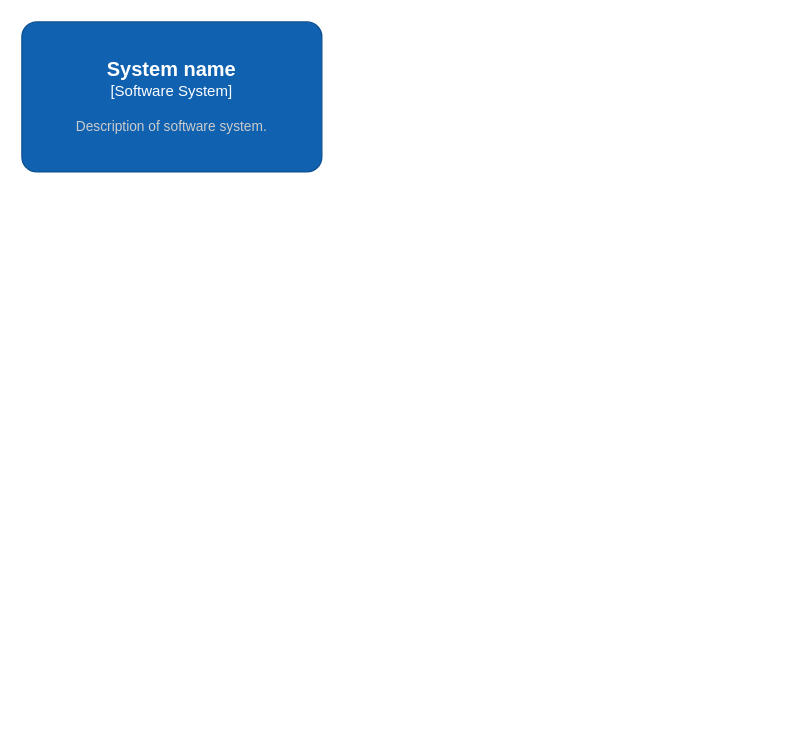
Before: Архитектура решения.drawio in debaucep/system-analyst-course, a draw.io diagram. Source tidied: cells renumbered, new cells numbered last; positions are measured from the earlier drawing's top-left corner, leaving out a move shared by most shapes. Both pictures are drawn from the tidied source at 125%, with x=0, y=0 at pixel (21, 21).
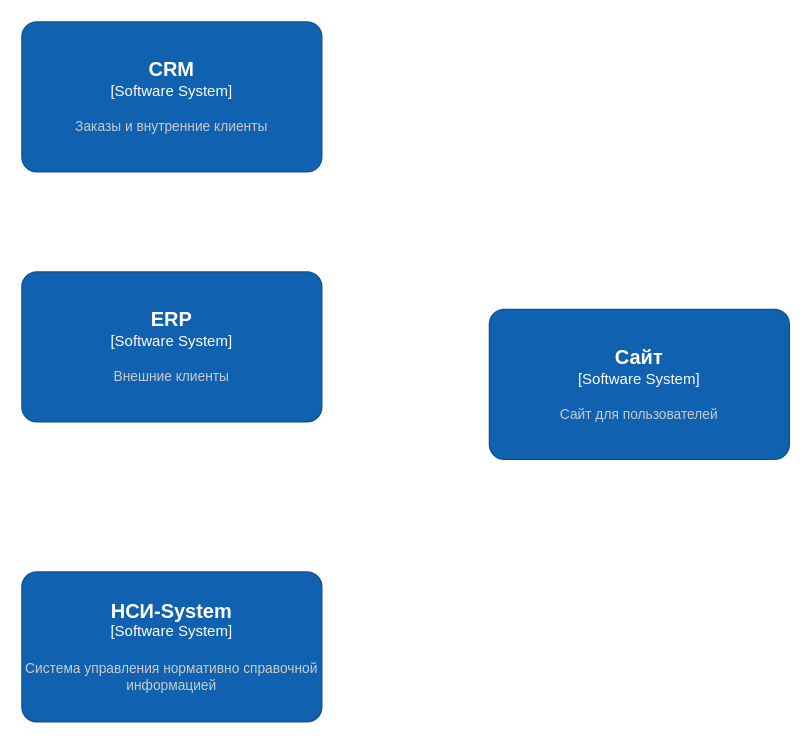
Above is the later version.

What changed in the source:
```diff
@@
 <mxGraphModel>
   <root>
     <mxCell id="0" />
     <mxCell id="1" parent="0" />
-    <object id="2" label="&lt;font style=&quot;font-size: 16px&quot;&gt;&lt;b&gt;%c4Name%&lt;/b&gt;&lt;/font&gt;&lt;div&gt;[%c4Type%]&lt;/div&gt;&lt;br&gt;&lt;div&gt;&lt;font style=&quot;font-size: 11px&quot;&gt;&lt;font color=&quot;#cccccc&quot;&gt;%c4Description%&lt;/font&gt;&lt;/div&gt;" c4Description="Description of software system." c4Name="System name" c4Type="Software System" placeholders="1">
+    <object id="2" label="&lt;font style=&quot;font-size: 16px&quot;&gt;&lt;b&gt;%c4Name%&lt;/b&gt;&lt;/font&gt;&lt;div&gt;[%c4Type%]&lt;/div&gt;&lt;br&gt;&lt;div&gt;&lt;font style=&quot;font-size: 11px&quot;&gt;&lt;font color=&quot;#cccccc&quot;&gt;%c4Description%&lt;/font&gt;&lt;/div&gt;" c4Description="Заказы и внутренние клиенты" c4Name="CRM" c4Type="Software System" placeholders="1">
       <mxCell style="rounded=1;whiteSpace=wrap;html=1;labelBackgroundColor=none;fillColor=#1061B0;fontColor=#ffffff;align=center;arcSize=10;strokeColor=#0D5091;" parent="1" vertex="1">
         <mxGeometry width="240" height="120" as="geometry" />
       </mxCell>
     </object>
+    <object id="3" label="&lt;font style=&quot;font-size: 16px&quot;&gt;&lt;b&gt;%c4Name%&lt;/b&gt;&lt;/font&gt;&lt;div&gt;[%c4Type%]&lt;/div&gt;&lt;br&gt;&lt;div&gt;&lt;font style=&quot;font-size: 11px&quot;&gt;&lt;font color=&quot;#cccccc&quot;&gt;%c4Description%&lt;/font&gt;&lt;/div&gt;" c4Description="Сайт для пользователей" c4Name="Сайт" c4Type="Software System" placeholders="1">
+      <mxCell style="rounded=1;whiteSpace=wrap;html=1;labelBackgroundColor=none;fillColor=#1061B0;fontColor=#ffffff;align=center;arcSize=10;strokeColor=#0D5091;" parent="1" vertex="1">
+        <mxGeometry x="374" y="230" width="240" height="120" as="geometry" />
+      </mxCell>
+    </object>
+    <object id="4" label="&lt;font style=&quot;font-size: 16px&quot;&gt;&lt;b&gt;%c4Name%&lt;/b&gt;&lt;/font&gt;&lt;div&gt;[%c4Type%]&lt;/div&gt;&lt;br&gt;&lt;div&gt;&lt;font style=&quot;font-size: 11px&quot;&gt;&lt;font color=&quot;#cccccc&quot;&gt;%c4Description%&lt;/font&gt;&lt;/div&gt;" c4Description="Система управления нормативно справочной информацией" c4Name="НСИ-System" c4Type="Software System" placeholders="1">
+      <mxCell style="rounded=1;whiteSpace=wrap;html=1;labelBackgroundColor=none;fillColor=#1061B0;fontColor=#ffffff;align=center;arcSize=10;strokeColor=#0D5091;" parent="1" vertex="1">
+        <mxGeometry y="440" width="240" height="120" as="geometry" />
+      </mxCell>
+    </object>
+    <object id="5" label="&lt;font style=&quot;font-size: 16px&quot;&gt;&lt;b&gt;%c4Name%&lt;/b&gt;&lt;/font&gt;&lt;div&gt;[%c4Type%]&lt;/div&gt;&lt;br&gt;&lt;div&gt;&lt;font style=&quot;font-size: 11px&quot;&gt;&lt;font color=&quot;#cccccc&quot;&gt;%c4Description%&lt;/font&gt;&lt;/div&gt;" c4Description="Внешние клиенты" c4Name="ERP" c4Type="Software System" placeholders="1">
+      <mxCell style="rounded=1;whiteSpace=wrap;html=1;labelBackgroundColor=none;fillColor=#1061B0;fontColor=#ffffff;align=center;arcSize=10;strokeColor=#0D5091;" parent="1" vertex="1">
+        <mxGeometry y="200" width="240" height="120" as="geometry" />
+      </mxCell>
+    </object>
   </root>
 </mxGraphModel>
```
